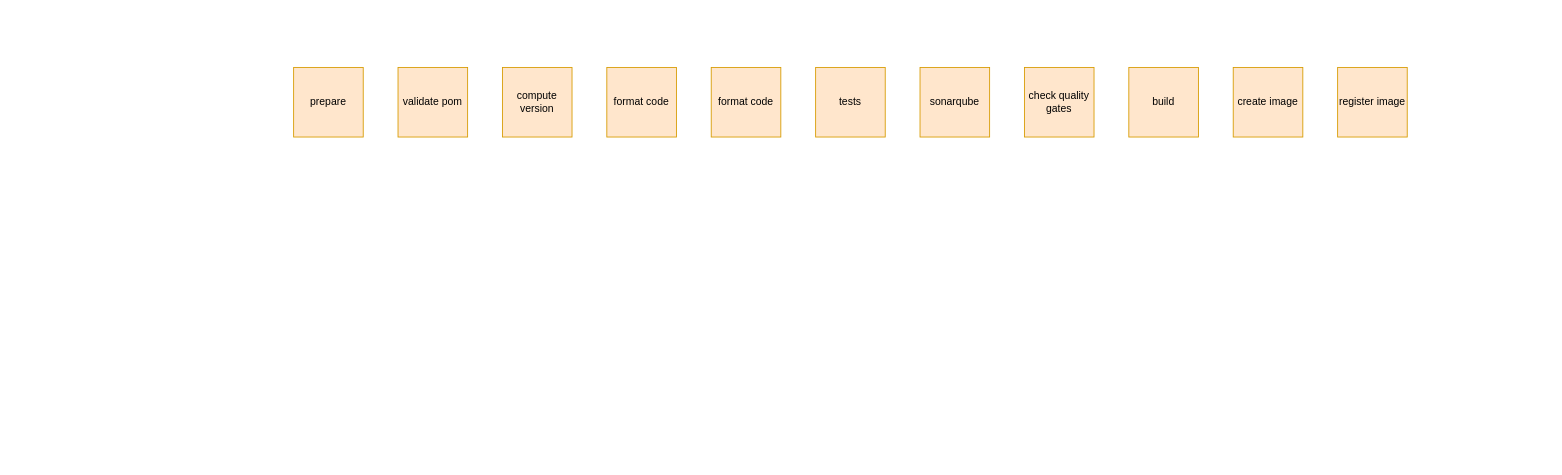
Before: pipeline/Untitled Diagram.drawio in guerricm/diagrams, a draw.io diagram. Source tidied: cells renumbered, new cells numbered last; positions are measured from the earlier drawing's top-left corner, leaving out a move shared by most shapes. Both pictures are drawn from the tidied source at 87%, with x=0, y=0 at pixel (293, 67). Pictures stored in the file or linked from it are replaced by grey dashed boxes.
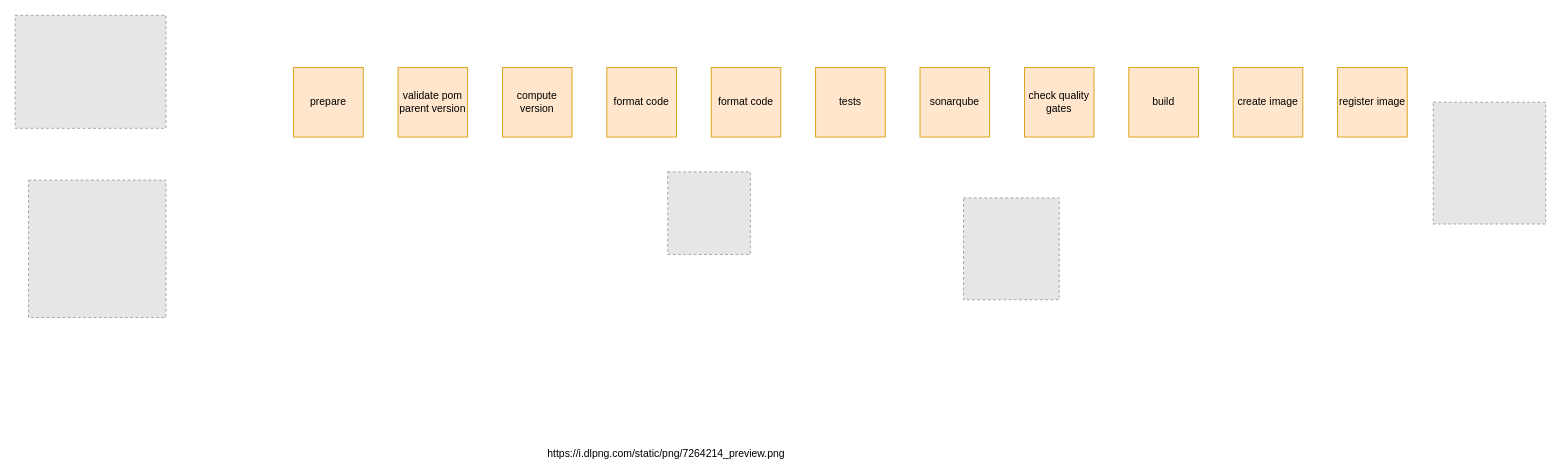
After the change.

Diff of the diagram source:
```diff
@@
 <mxGraphModel>
   <root>
     <mxCell id="0" />
     <mxCell id="1" parent="0" />
     <mxCell id="2" value="prepare" style="whiteSpace=wrap;html=1;fillColor=#ffe6cc;strokeColor=#d79b00;" parent="1" vertex="1">
       <mxGeometry width="80" height="80" as="geometry" />
     </mxCell>
-    <mxCell id="3" value="validate pom" style="whiteSpace=wrap;html=1;fillColor=#ffe6cc;strokeColor=#d79b00;" parent="1" vertex="1">
+    <mxCell id="3" value="validate pom parent version" style="whiteSpace=wrap;html=1;fillColor=#ffe6cc;strokeColor=#d79b00;" parent="1" vertex="1">
       <mxGeometry x="120" width="80" height="80" as="geometry" />
     </mxCell>
     <mxCell id="4" value="compute version" style="whiteSpace=wrap;html=1;fillColor=#ffe6cc;strokeColor=#d79b00;" parent="1" vertex="1">
       <mxGeometry x="240" width="80" height="80" as="geometry" />
     </mxCell>
     <mxCell id="5" value="format code" style="whiteSpace=wrap;html=1;fillColor=#ffe6cc;strokeColor=#d79b00;" parent="1" vertex="1">
       <mxGeometry x="360" width="80" height="80" as="geometry" />
     </mxCell>
     <mxCell id="6" value="format code" style="whiteSpace=wrap;html=1;fillColor=#ffe6cc;strokeColor=#d79b00;" parent="1" vertex="1">
       <mxGeometry x="480" width="80" height="80" as="geometry" />
     </mxCell>
     <mxCell id="7" value="tests" style="whiteSpace=wrap;html=1;fillColor=#ffe6cc;strokeColor=#d79b00;" parent="1" vertex="1">
       <mxGeometry x="600" width="80" height="80" as="geometry" />
     </mxCell>
     <mxCell id="8" value="sonarqube" style="whiteSpace=wrap;html=1;fillColor=#ffe6cc;strokeColor=#d79b00;" parent="1" vertex="1">
       <mxGeometry x="720" width="80" height="80" as="geometry" />
     </mxCell>
     <mxCell id="9" value="check quality gates" style="whiteSpace=wrap;html=1;fillColor=#ffe6cc;strokeColor=#d79b00;" parent="1" vertex="1">
       <mxGeometry x="840" width="80" height="80" as="geometry" />
     </mxCell>
     <mxCell id="10" value="build" style="whiteSpace=wrap;html=1;fillColor=#ffe6cc;strokeColor=#d79b00;" parent="1" vertex="1">
       <mxGeometry x="960" width="80" height="80" as="geometry" />
     </mxCell>
     <mxCell id="11" value="create image" style="whiteSpace=wrap;html=1;fillColor=#ffe6cc;strokeColor=#d79b00;" parent="1" vertex="1">
       <mxGeometry x="1080" width="80" height="80" as="geometry" />
     </mxCell>
     <mxCell id="12" value="register image" style="whiteSpace=wrap;html=1;fillColor=#ffe6cc;strokeColor=#d79b00;glass=0;" parent="1" vertex="1">
       <mxGeometry x="1200" width="80" height="80" as="geometry" />
     </mxCell>
+    <mxCell id="13" style="fillColor=#E6E6E6;strokeColor=#999999;dashed=1;verticalLabelPosition=bottom;labelBackgroundColor=default;verticalAlign=top;" parent="1" vertex="1">
+      <mxGeometry x="770" y="150" width="110" height="117" as="geometry" />
+    </mxCell>
+    <mxCell id="14" style="fillColor=#E6E6E6;strokeColor=#999999;dashed=1;verticalLabelPosition=bottom;labelBackgroundColor=default;verticalAlign=top;" parent="1" vertex="1">
+      <mxGeometry x="1310" y="40" width="129.2" height="140" as="geometry" />
+    </mxCell>
+    <mxCell id="15" style="fillColor=#E6E6E6;strokeColor=#999999;dashed=1;verticalLabelPosition=bottom;labelBackgroundColor=default;verticalAlign=top;" parent="1" vertex="1">
+      <mxGeometry x="430" y="120" width="95" height="95" as="geometry" />
+    </mxCell>
+    <mxCell id="16" style="fillColor=#E6E6E6;strokeColor=#999999;dashed=1;verticalLabelPosition=bottom;labelBackgroundColor=default;verticalAlign=top;" parent="1" vertex="1">
+      <mxGeometry x="-320" y="-60" width="173.3" height="130" as="geometry" />
+    </mxCell>
+    <mxCell id="17" style="fillColor=#E6E6E6;strokeColor=#999999;dashed=1;verticalLabelPosition=bottom;labelBackgroundColor=default;verticalAlign=top;" parent="1" vertex="1">
+      <mxGeometry x="-304.7" y="129.5" width="158" height="158" as="geometry" />
+    </mxCell>
+    <mxCell id="18" value="https://i.dlpng.com/static/png/7264214_preview.png" style="text;html=1;fontFamily=Helvetica;" parent="1" vertex="1">
+      <mxGeometry x="290" y="430" width="290" height="20" as="geometry" />
+    </mxCell>
   </root>
 </mxGraphModel>
```
